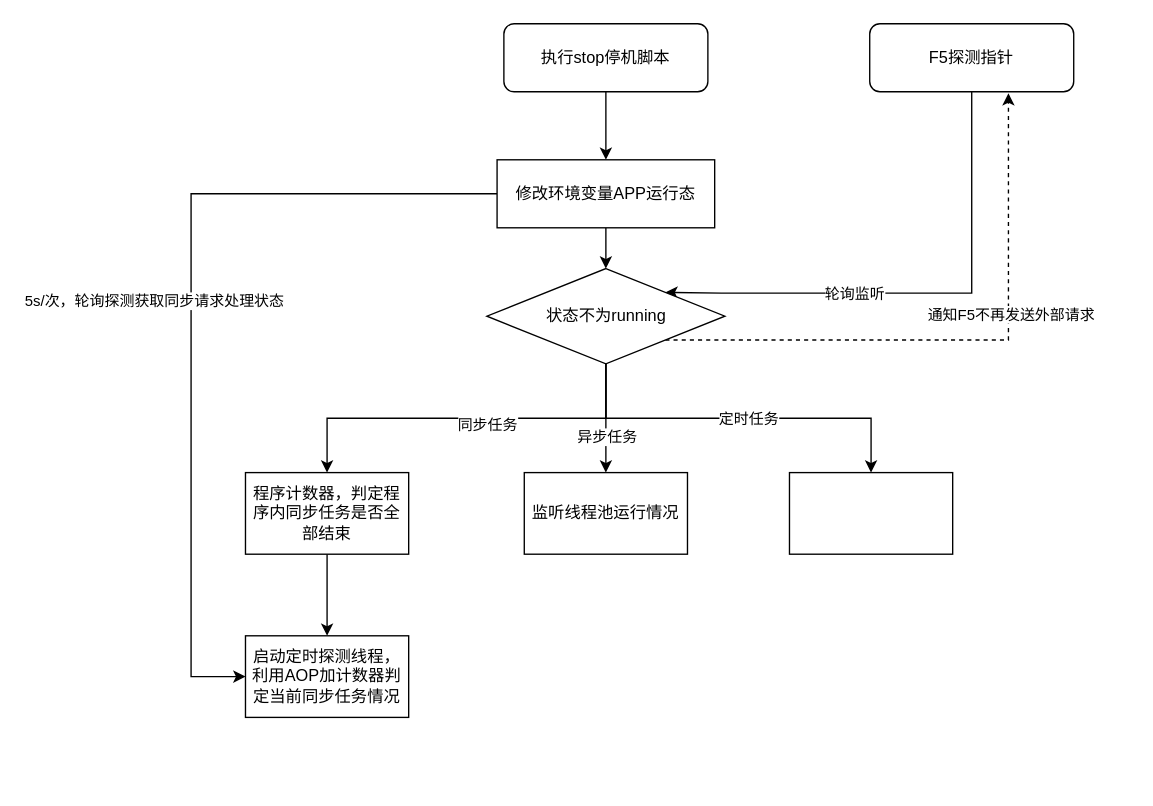
This is 绘图文件/未命名绘图.drawio from NjuptMei/DrowIo, a draw.io file, before an edit. Source tidied: cells renumbered, new cells numbered last; positions are measured from the earlier drawing's top-left corner, leaving out a move shared by most shapes. Both pictures are drawn from the tidied source at 136%, with x=0, y=0 at pixel (190, 23).
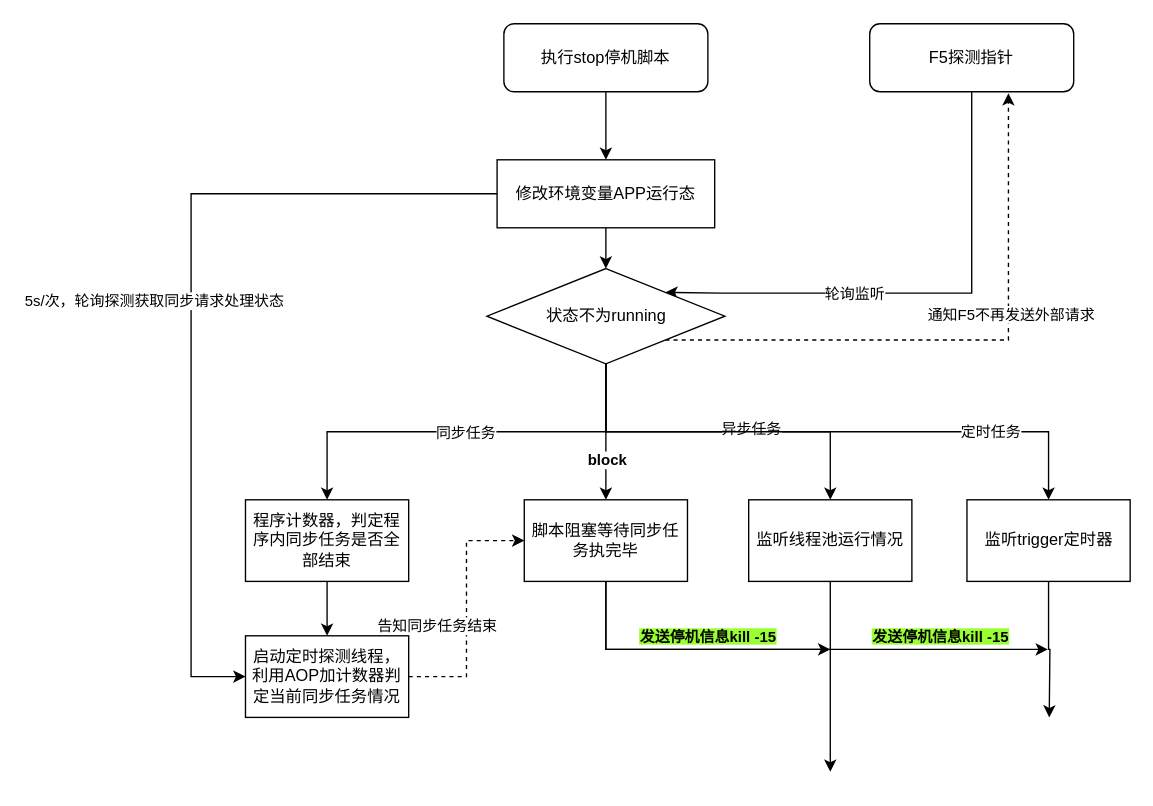
The same page after the edit.

Commit message:
更新未命名绘图.drawio

Unchanged cells that the change refers to:
```xml
<mxCell id="13" style="edgeStyle=orthogonalEdgeStyle;rounded=0;jettySize=auto;html=1;exitX=0.5;exitY=1;exitDx=0;exitDy=0;entryX=0.5;entryY=0;entryDx=0;entryDy=0;" parent="1" edge="1" source="19" target="21">
  <mxGeometry relative="1" as="geometry" />
</mxCell>
<mxCell id="19" value="状态不为running" style="rhombus;whiteSpace=wrap;html=1;" parent="1" vertex="1">
  <mxGeometry x="217.5" y="180" width="175" height="70" as="geometry" />
</mxCell>
<mxCell id="24" value="启动定时探测线程，利用AOP加计数器判定当前同步任务情况" style="rounded=0;whiteSpace=wrap;html=1;" parent="1" vertex="1">
  <mxGeometry x="40" y="450" width="120" height="60" as="geometry" />
</mxCell>
```

What changed in the source:
```diff
@@
     <mxCell id="14" value="同步任务" style="edgeLabel;html=1;align=center;verticalAlign=middle;" parent="13" vertex="1">
-      <mxGeometry x="-0.1" y="4" relative="1" as="geometry" />
+      <mxGeometry x="-0.1" y="4" relative="1" as="geometry">
+        <mxPoint x="-17" y="-4" as="offset" />
+      </mxGeometry>
     </mxCell>
+    <mxCell id="25" style="edgeStyle=orthogonalEdgeStyle;rounded=0;jettySize=auto;html=1;exitX=0.5;exitY=1;exitDx=0;exitDy=0;" parent="1" edge="1" source="19" target="33">
+      <mxGeometry relative="1" as="geometry" />
+    </mxCell>
-    <mxCell id="15" style="edgeStyle=orthogonalEdgeStyle;rounded=0;jettySize=auto;html=1;exitX=0.5;exitY=1;exitDx=0;exitDy=0;" parent="1" edge="1" source="19" target="22">
+    <mxCell id="15" style="edgeStyle=orthogonalEdgeStyle;rounded=0;jettySize=auto;html=1;exitX=0.5;exitY=1;exitDx=0;exitDy=0;entryX=0.5;entryY=0;entryDx=0;entryDy=0;" parent="1" edge="1" source="19" target="22">
       <mxGeometry relative="1" as="geometry" />
     </mxCell>
     <mxCell id="16" value="异步任务" style="edgeLabel;html=1;align=center;verticalAlign=middle;" parent="15" vertex="1">
-      <mxGeometry x="0.32" relative="1" as="geometry" />
+      <mxGeometry x="0.18" y="3" relative="1" as="geometry" />
     </mxCell>
-    <mxCell id="17" style="edgeStyle=orthogonalEdgeStyle;rounded=0;jettySize=auto;html=1;exitX=0.5;exitY=1;exitDx=0;exitDy=0;entryX=0.5;entryY=0;entryDx=0;entryDy=0;" parent="1" edge="1" source="19" target="23">
+    <mxCell id="17" style="edgeStyle=orthogonalEdgeStyle;rounded=0;jettySize=auto;html=1;exitX=0.5;exitY=1;exitDx=0;exitDy=0;" parent="1" edge="1" source="19" target="23">
       <mxGeometry relative="1" as="geometry" />
     </mxCell>
     <mxCell id="18" value="定时任务" style="edgeLabel;html=1;align=center;verticalAlign=middle;" parent="17" vertex="1">
-      <mxGeometry x="0.45" relative="1" as="geometry">
-        <mxPoint x="-55" as="offset" />
-      </mxGeometry>
+      <mxGeometry x="0.56" y="1" relative="1" as="geometry" />
     </mxCell>
@@
     <mxCell id="21" value="程序计数器，判定程序内同步任务是否全部结束" style="rounded=0;whiteSpace=wrap;html=1;" parent="1" vertex="1">
-      <mxGeometry x="40" y="330" width="120" height="60" as="geometry" />
+      <mxGeometry x="40" y="350" width="120" height="60" as="geometry" />
     </mxCell>
+    <mxCell id="26" style="edgeStyle=orthogonalEdgeStyle;rounded=0;jettySize=auto;html=1;exitX=0.5;exitY=1;exitDx=0;exitDy=0;" parent="1" edge="1" source="22">
+      <mxGeometry relative="1" as="geometry">
+        <mxPoint x="470" y="550" as="targetPoint" />
+      </mxGeometry>
+    </mxCell>
     <mxCell id="22" value="监听线程池运行情况" style="rounded=0;whiteSpace=wrap;html=1;" parent="1" vertex="1">
-      <mxGeometry x="245" y="330" width="120" height="60" as="geometry" />
+      <mxGeometry x="410" y="350" width="120" height="60" as="geometry" />
     </mxCell>
+    <mxCell id="27" style="edgeStyle=orthogonalEdgeStyle;rounded=0;jettySize=auto;html=1;exitX=0.5;exitY=1;exitDx=0;exitDy=0;" parent="1" edge="1" source="23">
+      <mxGeometry relative="1" as="geometry">
+        <mxPoint x="631" y="510" as="targetPoint" />
+      </mxGeometry>
+    </mxCell>
-    <mxCell id="23" style="rounded=0;whiteSpace=wrap;html=1;" parent="1" vertex="1">
-      <mxGeometry x="440" y="330" width="120" height="60" as="geometry" />
+    <mxCell id="23" value="监听trigger定时器" style="rounded=0;whiteSpace=wrap;html=1;" parent="1" vertex="1">
+      <mxGeometry x="570.5" y="350" width="120" height="60" as="geometry" />
     </mxCell>
+    <mxCell id="28" style="edgeStyle=orthogonalEdgeStyle;rounded=0;jettySize=auto;html=1;exitX=1;exitY=0.5;exitDx=0;exitDy=0;entryX=0;entryY=0.5;entryDx=0;entryDy=0;dashed=1;" parent="1" edge="1" source="24" target="33">
+      <mxGeometry relative="1" as="geometry" />
+    </mxCell>
+    <mxCell id="29" value="告知同步任务结束" style="edgeLabel;html=1;align=center;verticalAlign=middle;" parent="28" vertex="1">
+      <mxGeometry x="0.12" y="-3" relative="1" as="geometry">
+        <mxPoint x="-25" y="24" as="offset" />
+      </mxGeometry>
+    </mxCell>
@@
+    <mxCell id="30" style="edgeStyle=orthogonalEdgeStyle;rounded=0;jettySize=auto;html=1;exitX=0.5;exitY=1;exitDx=0;exitDy=0;" parent="1" edge="1" source="33">
+      <mxGeometry relative="1" as="geometry">
+        <mxPoint x="470" y="460" as="targetPoint" />
+        <Array as="points">
+          <mxPoint x="305" y="460" />
+        </Array>
+      </mxGeometry>
+    </mxCell>
+    <mxCell id="31" value="&lt;span style=&quot;background-color: rgb(153, 255, 51);&quot;&gt;发送停机信息kill -15&lt;/span&gt;" style="edgeLabel;html=1;align=center;verticalAlign=middle;fontStyle=1;" parent="30" vertex="1">
+      <mxGeometry x="-0.27" y="3" relative="1" as="geometry">
+        <mxPoint x="46" y="-7" as="offset" />
+      </mxGeometry>
+    </mxCell>
+    <mxCell id="32" style="edgeStyle=orthogonalEdgeStyle;rounded=0;jettySize=auto;html=1;exitX=0.5;exitY=1;exitDx=0;exitDy=0;" parent="1" edge="1" source="33">
+      <mxGeometry relative="1" as="geometry">
+        <mxPoint x="630" y="460" as="targetPoint" />
+        <Array as="points">
+          <mxPoint x="305" y="460" />
+        </Array>
+      </mxGeometry>
+    </mxCell>
+    <mxCell id="33" value="脚本阻塞等待同步任务执完毕" style="rounded=0;whiteSpace=wrap;html=1;" parent="1" vertex="1">
+      <mxGeometry x="245" y="350" width="120" height="60" as="geometry" />
+    </mxCell>
+    <mxCell id="34" value="&lt;b&gt;block&lt;/b&gt;" style="edgeLabel;html=1;align=center;verticalAlign=middle;" parent="1" vertex="1">
+      <mxGeometry x="305" y="320" as="geometry" />
+    </mxCell>
+    <mxCell id="35" value="&lt;span style=&quot;background-color: rgb(153, 255, 51);&quot;&gt;发送停机信息kill -15&lt;/span&gt;" style="edgeLabel;html=1;align=center;verticalAlign=middle;fontStyle=1;" parent="1" vertex="1">
+      <mxGeometry x="550" y="450" as="geometry" />
+    </mxCell>
```
